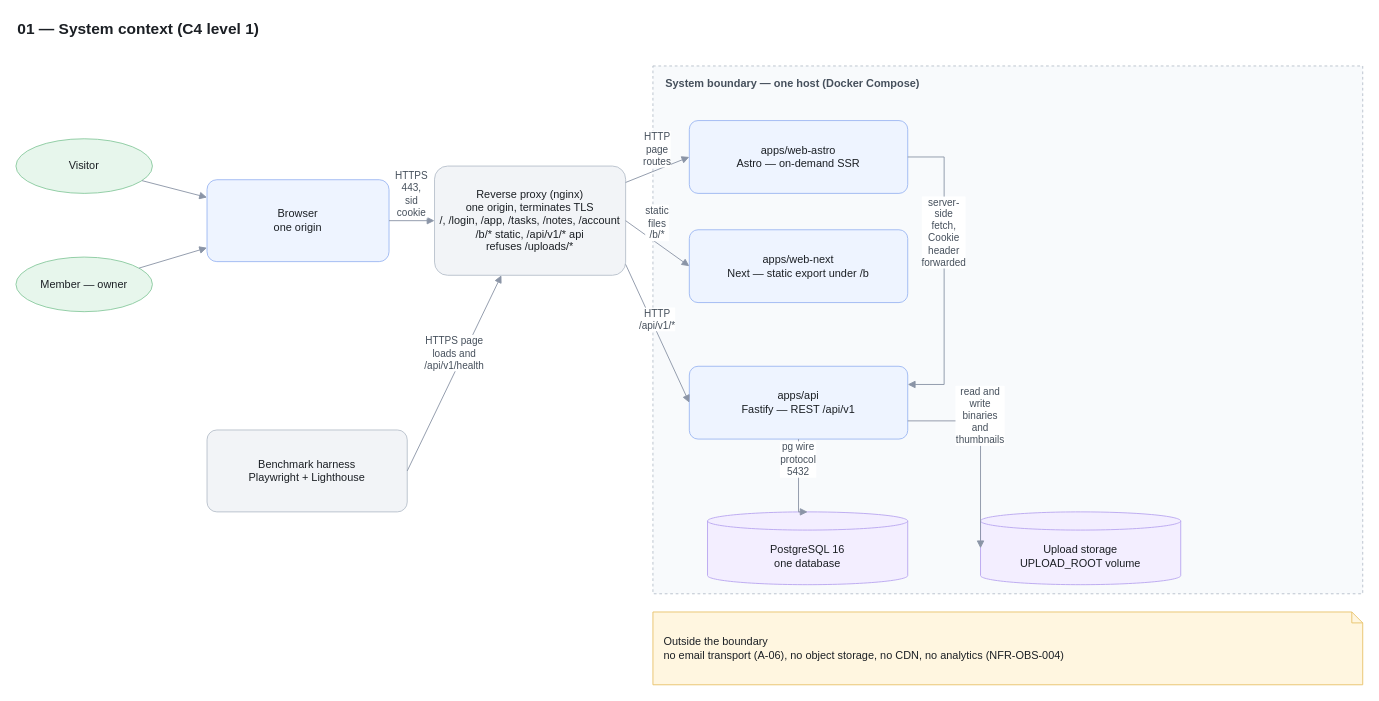
mhiqrambg/rweb-task-management keeps this draw.io diagram as design/diagrams/01-system-context.drawio. Above is the earlier version. Source tidied: cells renumbered, new cells numbered last; positions are measured from the earlier drawing's top-left corner, leaving out a move shared by most shapes. Both pictures are drawn from the tidied source at 91%, with x=0, y=0 at pixel (15, 15).
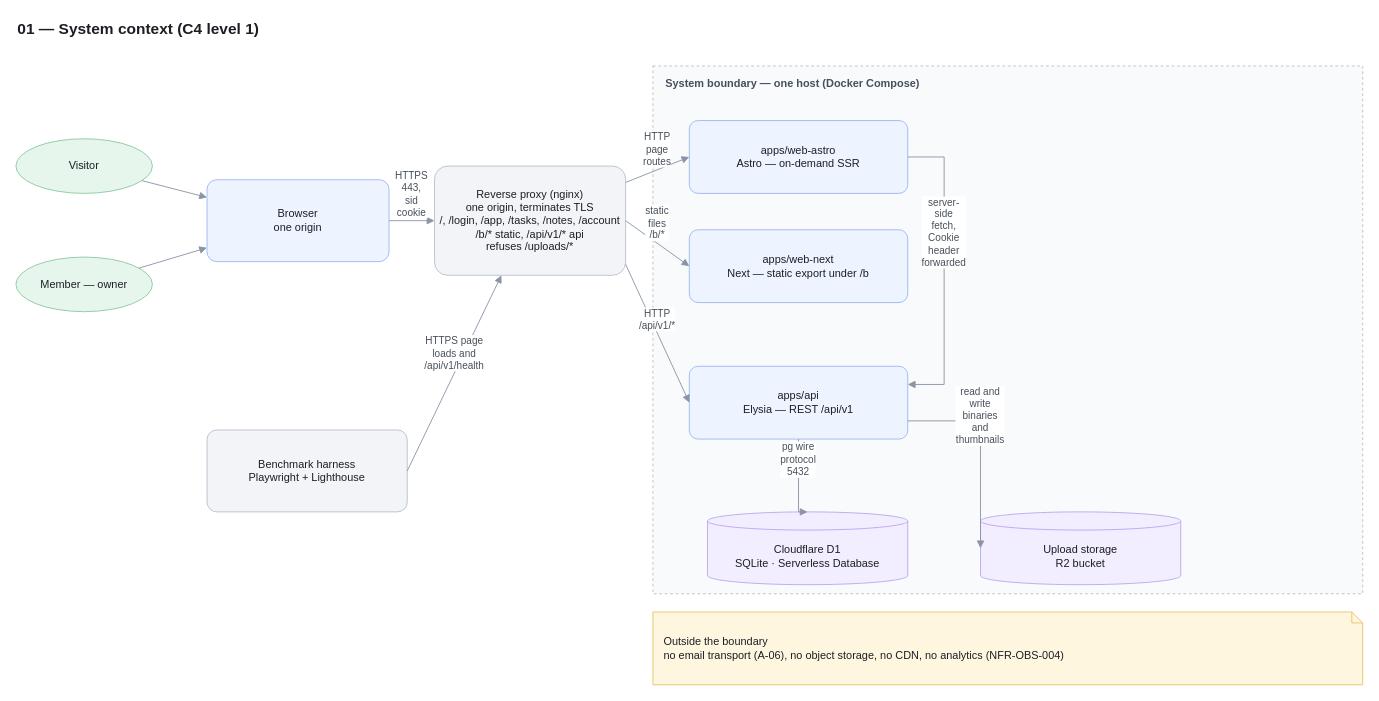
After the change.

Commit message (it also covers changes not shown here):
docs(design): relabel architecture diagrams to Elysia + Cloudflare D1

The edit, as a diff of the source:
```diff
@@
-    <mxCell id="10" value="apps/api&lt;br&gt;Fastify — REST /api/v1" style="rounded=1;arcSize=12;whiteSpace=wrap;html=1;fillColor=#EEF4FF;strokeColor=#9DB8F2;fontColor=#1B1F24;fontSize=12;" parent="1" vertex="1">
+    <mxCell id="10" value="apps/api&lt;br&gt;Elysia — REST /api/v1" style="rounded=1;arcSize=12;whiteSpace=wrap;html=1;fillColor=#EEF4FF;strokeColor=#9DB8F2;fontColor=#1B1F24;fontSize=12;" parent="1" vertex="1">
       <mxGeometry x="740" y="385" width="240" height="80" as="geometry" />
     </mxCell>
-    <mxCell id="11" value="PostgreSQL 16&lt;br&gt;one database" style="shape=cylinder3;boundedLbl=1;backgroundOutline=1;size=10;whiteSpace=wrap;html=1;fillColor=#F3EEFF;strokeColor=#B9A6F0;fontColor=#1B1F24;fontSize=12;" parent="1" vertex="1">
+    <mxCell id="11" value="Cloudflare D1&lt;br&gt;SQLite · Serverless Database" style="shape=cylinder3;boundedLbl=1;backgroundOutline=1;size=10;whiteSpace=wrap;html=1;fillColor=#F3EEFF;strokeColor=#B9A6F0;fontColor=#1B1F24;fontSize=12;" parent="1" vertex="1">
       <mxGeometry x="760" y="545" width="220" height="80" as="geometry" />
     </mxCell>
-    <mxCell id="12" value="Upload storage&lt;br&gt;UPLOAD_ROOT volume" style="shape=cylinder3;boundedLbl=1;backgroundOutline=1;size=10;whiteSpace=wrap;html=1;fillColor=#F3EEFF;strokeColor=#B9A6F0;fontColor=#1B1F24;fontSize=12;" parent="1" vertex="1">
+    <mxCell id="12" value="Upload storage&lt;br&gt;R2 bucket" style="shape=cylinder3;boundedLbl=1;backgroundOutline=1;size=10;whiteSpace=wrap;html=1;fillColor=#F3EEFF;strokeColor=#B9A6F0;fontColor=#1B1F24;fontSize=12;" parent="1" vertex="1">
       <mxGeometry x="1060" y="545" width="220" height="80" as="geometry" />
     </mxCell>
```
